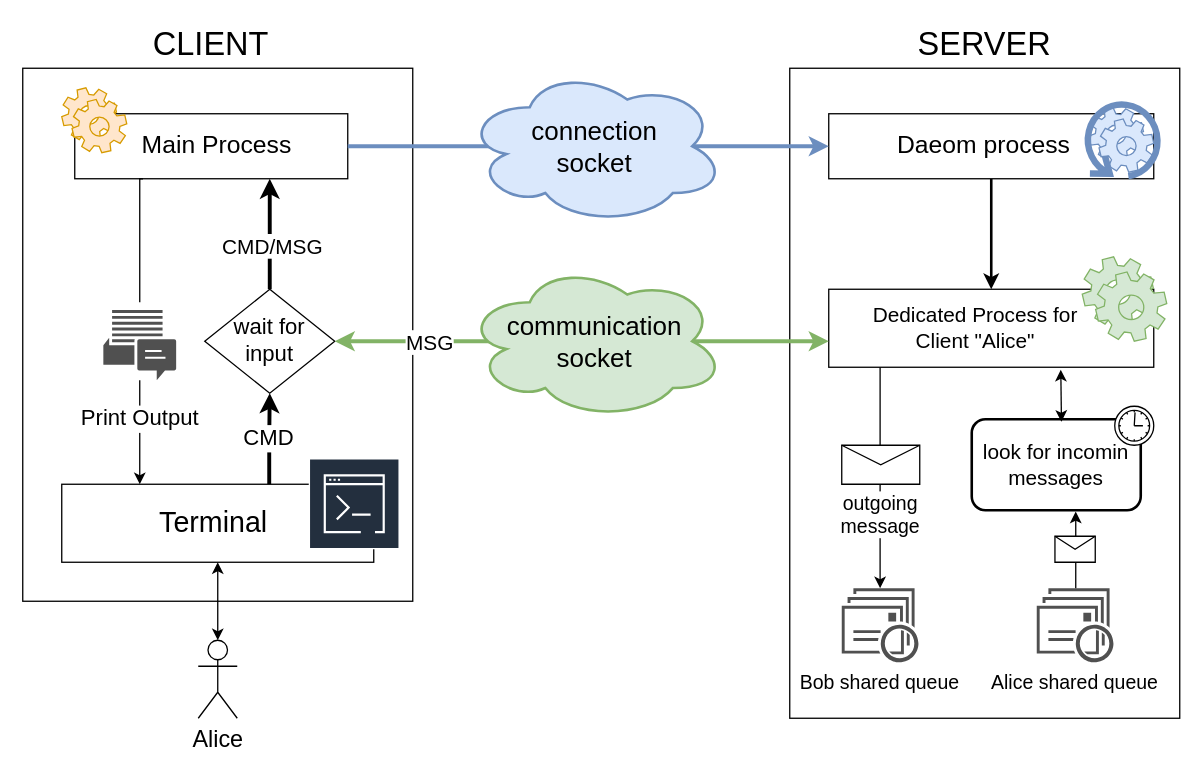
Above: page "Pagina-2" (2 of 2) of schema/ChatRequestDaemonProcess.drawio in gerti98/secureCom (draw.io), before the change. Source tidied: cells renumbered, new cells numbered last; positions are measured from the earlier drawing's top-left corner, leaving out a move shared by most shapes. Both pictures are drawn from the tidied source at 130%, with x=0, y=0 at pixel (22, 29).
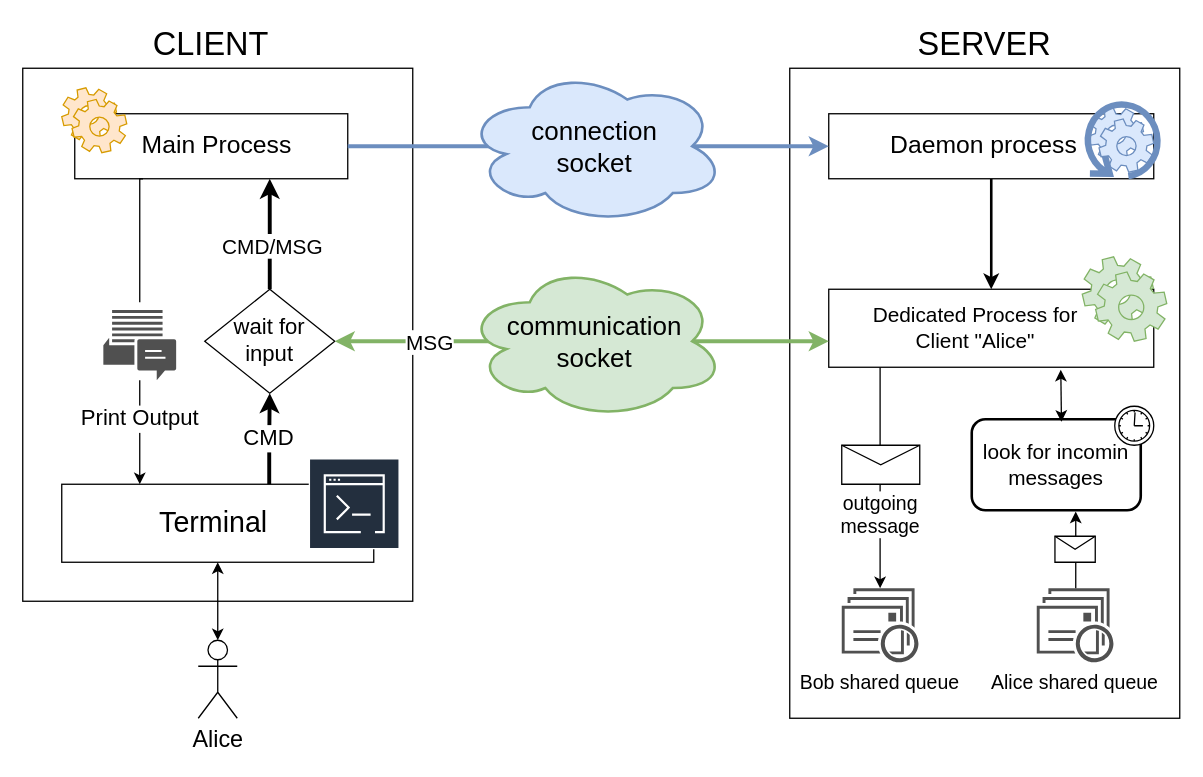
Above is the later version.

The edit, as a diff of the source:
```diff
@@
-    <mxCell id="13" value="Daeom process" style="html=1;dashed=0;whitespace=wrap;fontSize=19;spacingLeft=-13;" parent="1" vertex="1">
+    <mxCell id="13" value="Daemon process" style="html=1;dashed=0;whitespace=wrap;fontSize=19;spacingLeft=-13;" parent="1" vertex="1">
       <mxGeometry x="620" y="65" width="250" height="50" as="geometry" />
     </mxCell>
```
